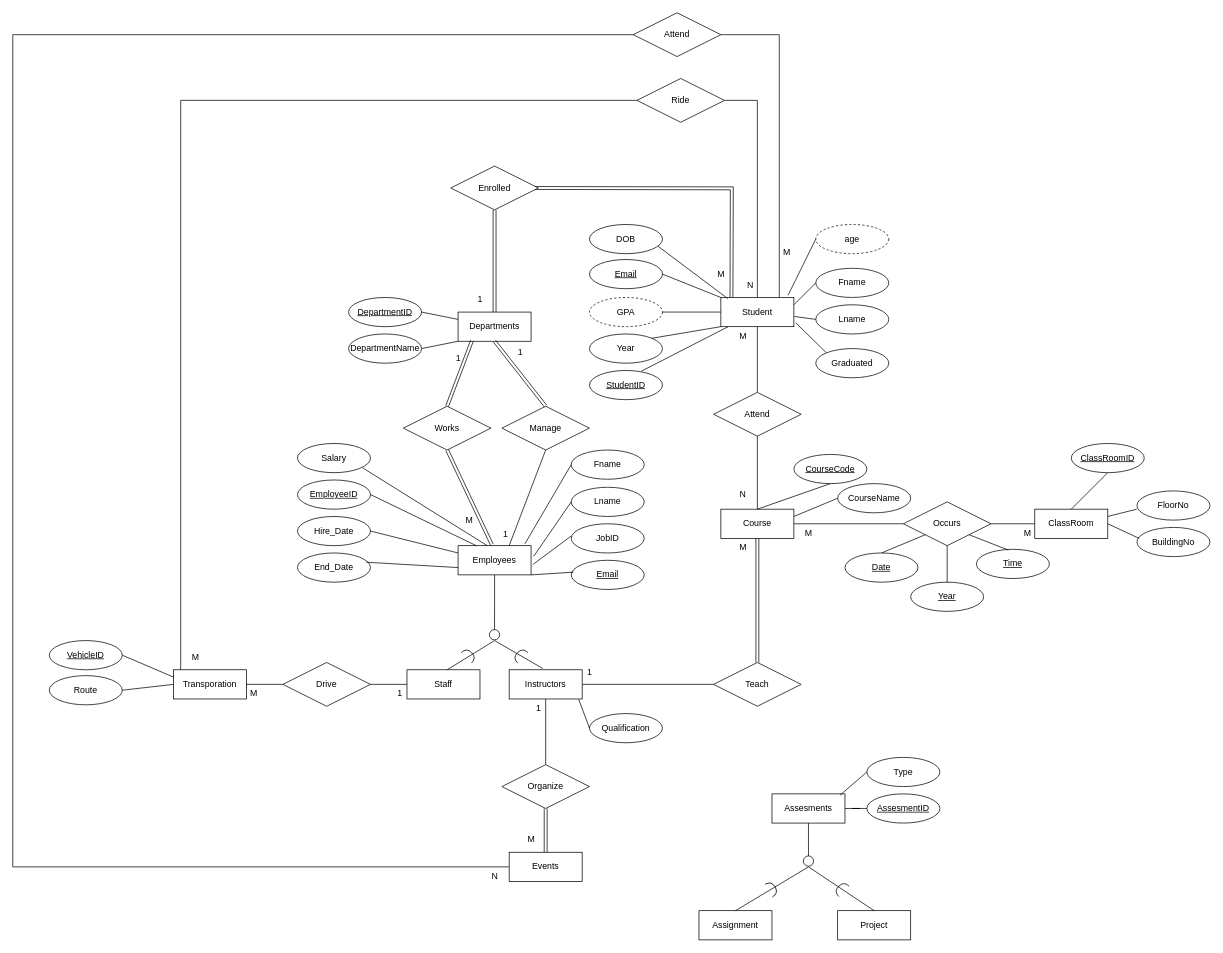
Above: FacultyERD.drawio in seiffmohamedd/University_DBMS (draw.io), before the change. Source tidied: cells renumbered, new cells numbered last; positions are measured from the earlier drawing's top-left corner, leaving out a move shared by most shapes. Both pictures are drawn from the tidied source at 73%, with x=0, y=0 at pixel (12, 12).
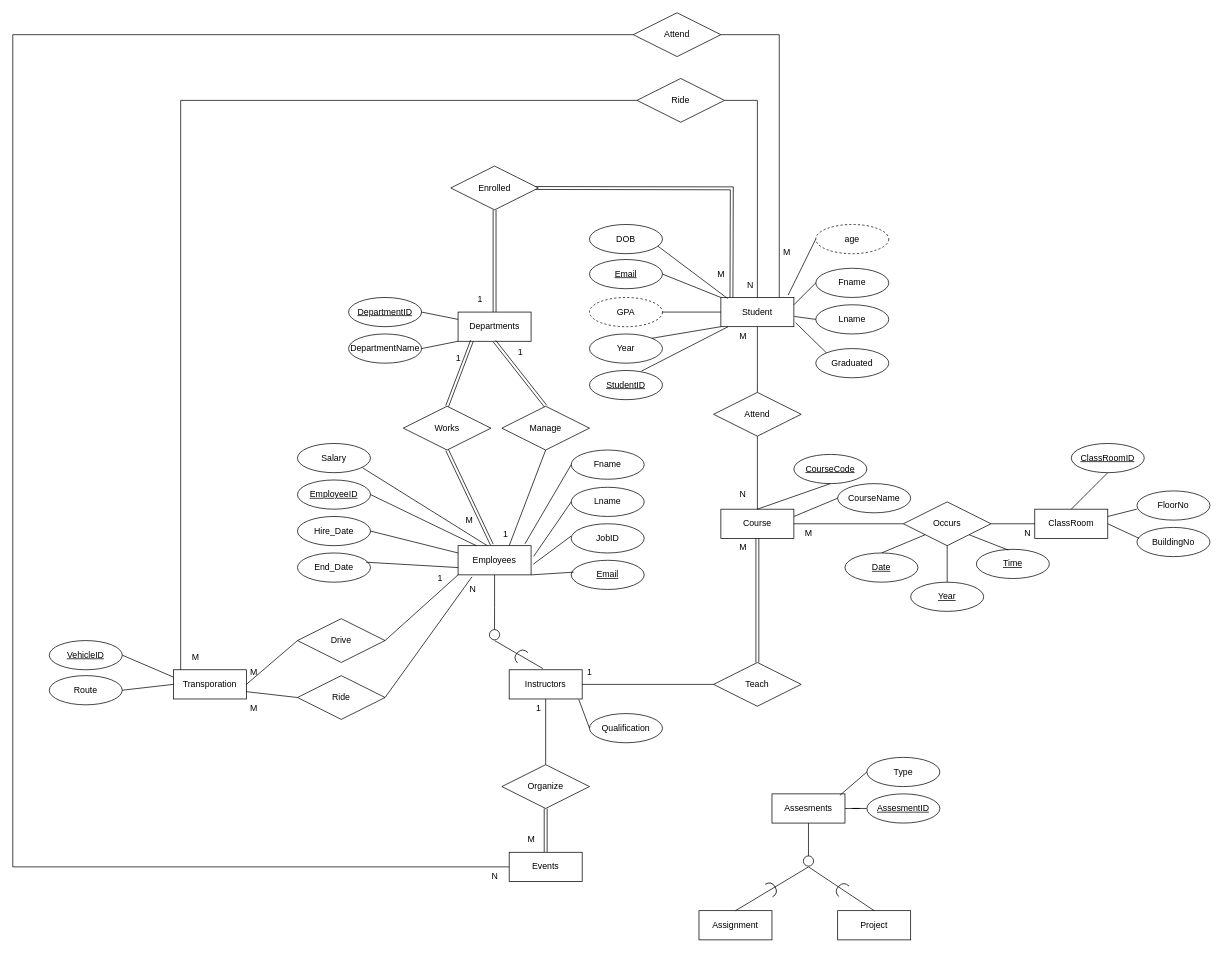
After the change.

Commit message (it also covers changes not shown here):
ERD enhanced, SuperTypes Updated

The change refers to these unchanged cells:
```xml
<mxCell id="12" value="Employees" style="whiteSpace=wrap;html=1;align=center;" parent="1" vertex="1">
  <mxGeometry x="610" y="730" width="100" height="40" as="geometry" />
</mxCell>
<mxCell id="18" value="Transporation" style="whiteSpace=wrap;html=1;align=center;" parent="1" vertex="1">
  <mxGeometry x="220" y="900" width="100" height="40" as="geometry" />
</mxCell>
```

The edit, as a diff of the source:
```diff
@@
-    <mxCell id="62" value="Staff" style="whiteSpace=wrap;html=1;align=center;" parent="1" vertex="1">
-      <mxGeometry x="540" y="900" width="100" height="40" as="geometry" />
-    </mxCell>
-    <mxCell id="63" style="endArrow=none;html=1;rounded=0;exitX=0.55;exitY=0;exitDx=0;exitDy=0;exitPerimeter=0;" parent="1" edge="1" source="62">
-      <mxGeometry relative="1" as="geometry">
-        <mxPoint x="660" y="860" as="targetPoint" />
-      </mxGeometry>
-    </mxCell>
@@
-    <mxCell id="89" value="M" style="text;html=1;align=center;verticalAlign=middle;strokeColor=none;fillColor=none;" parent="1" vertex="1">
+    <mxCell id="89" value="N" style="text;html=1;align=center;verticalAlign=middle;strokeColor=none;fillColor=none;" parent="1" vertex="1">
       <mxGeometry x="1375" y="698" width="30" height="30" as="geometry" />
     </mxCell>
@@
-    <mxCell id="101" style="shape=requiredInterface;html=1;verticalLabelPosition=bottom;sketch=0;rotation=-45;" parent="1" vertex="1">
-      <mxGeometry x="620" y="870" width="10" height="20" as="geometry" />
-    </mxCell>
@@
     <mxCell id="120" value="Drive" style="shape=rhombus;perimeter=rhombusPerimeter;whiteSpace=wrap;html=1;align=center;" parent="1" vertex="1">
-      <mxGeometry x="370" y="890" width="120" height="60" as="geometry" />
+      <mxGeometry x="390" y="830" width="120" height="60" as="geometry" />
     </mxCell>
@@
-    <mxCell id="122" style="endArrow=none;html=1;rounded=0;exitX=1;exitY=0.5;exitDx=0;exitDy=0;entryX=0;entryY=0.5;entryDx=0;entryDy=0;" parent="1" edge="1" source="120" target="62">
+    <mxCell id="122" style="endArrow=none;html=1;rounded=0;exitX=1;exitY=0.5;exitDx=0;exitDy=0;entryX=0;entryY=1;entryDx=0;entryDy=0;" parent="1" edge="1" source="120" target="12">
       <mxGeometry relative="1" as="geometry" />
     </mxCell>
     <mxCell id="123" value="M" style="text;html=1;align=center;verticalAlign=middle;strokeColor=none;fillColor=none;" parent="1" vertex="1">
-      <mxGeometry x="315" y="918" width="30" height="30" as="geometry" />
+      <mxGeometry x="315" y="888" width="30" height="30" as="geometry" />
     </mxCell>
     <mxCell id="124" value="1" style="text;html=1;align=center;verticalAlign=middle;strokeColor=none;fillColor=none;" parent="1" vertex="1">
-      <mxGeometry x="515" y="918" width="30" height="30" as="geometry" />
+      <mxGeometry x="570" y="760" width="30" height="30" as="geometry" />
     </mxCell>
@@
+    <mxCell id="138" value="Ride" style="shape=rhombus;perimeter=rhombusPerimeter;whiteSpace=wrap;html=1;align=center;" parent="1" vertex="1">
+      <mxGeometry x="390" y="908" width="120" height="60" as="geometry" />
+    </mxCell>
+    <mxCell id="139" style="endArrow=none;html=1;rounded=0;exitX=1;exitY=0.75;exitDx=0;exitDy=0;entryX=0;entryY=0.5;entryDx=0;entryDy=0;" parent="1" edge="1" source="18" target="138">
+      <mxGeometry relative="1" as="geometry" />
+    </mxCell>
+    <mxCell id="140" style="endArrow=none;html=1;rounded=0;exitX=1;exitY=0.5;exitDx=0;exitDy=0;entryX=0.19;entryY=1.067;entryDx=0;entryDy=0;entryPerimeter=0;" parent="1" edge="1" source="138" target="12">
+      <mxGeometry relative="1" as="geometry" />
+    </mxCell>
+    <mxCell id="141" value="M" style="text;html=1;align=center;verticalAlign=middle;strokeColor=none;fillColor=none;" parent="1" vertex="1">
+      <mxGeometry x="315" y="938" width="30" height="30" as="geometry" />
+    </mxCell>
+    <mxCell id="142" value="N" style="text;html=1;align=center;verticalAlign=middle;strokeColor=none;fillColor=none;" parent="1" vertex="1">
+      <mxGeometry x="615" y="775" width="30" height="30" as="geometry" />
+    </mxCell>
```
